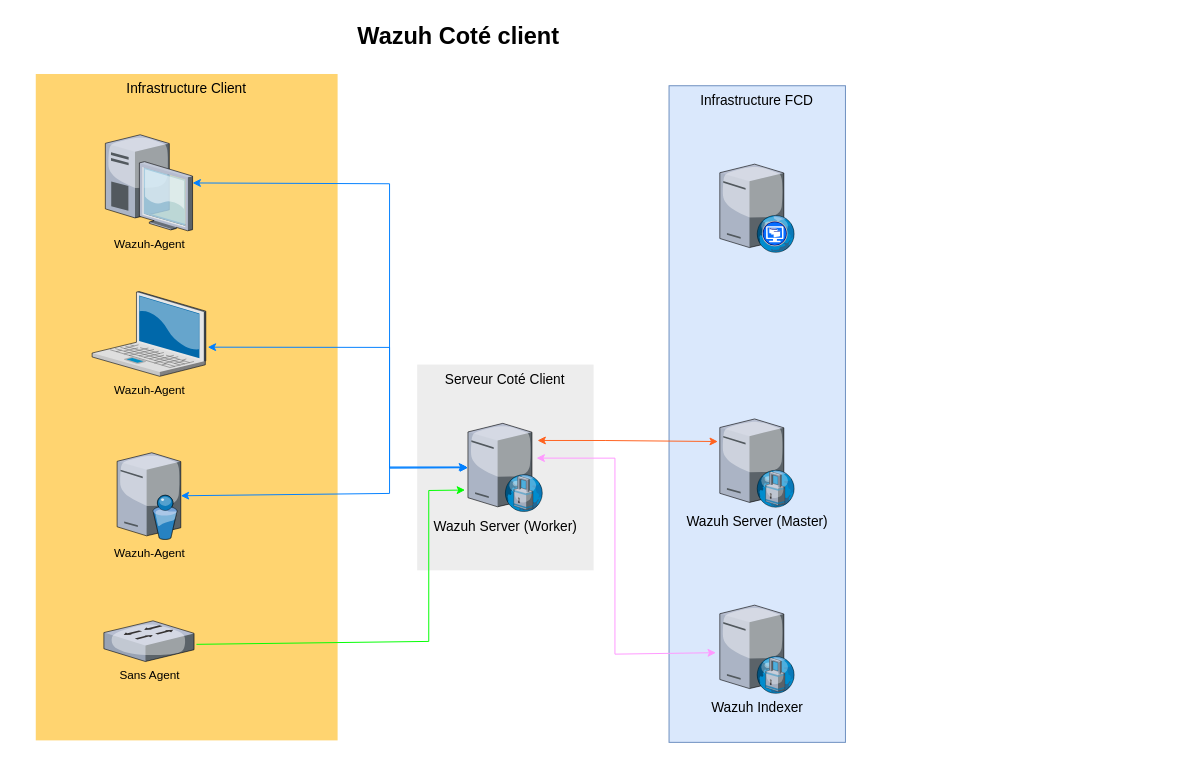
This is Wazuh coté client.drawio from Melfice60/Wazuh, a draw.io file, before an edit. Source tidied: cells renumbered, new cells numbered last; positions are measured from the earlier drawing's top-left corner, leaving out a move shared by most shapes. Both pictures are drawn from the tidied source at 98%, with x=0, y=0 at pixel (35, 17).
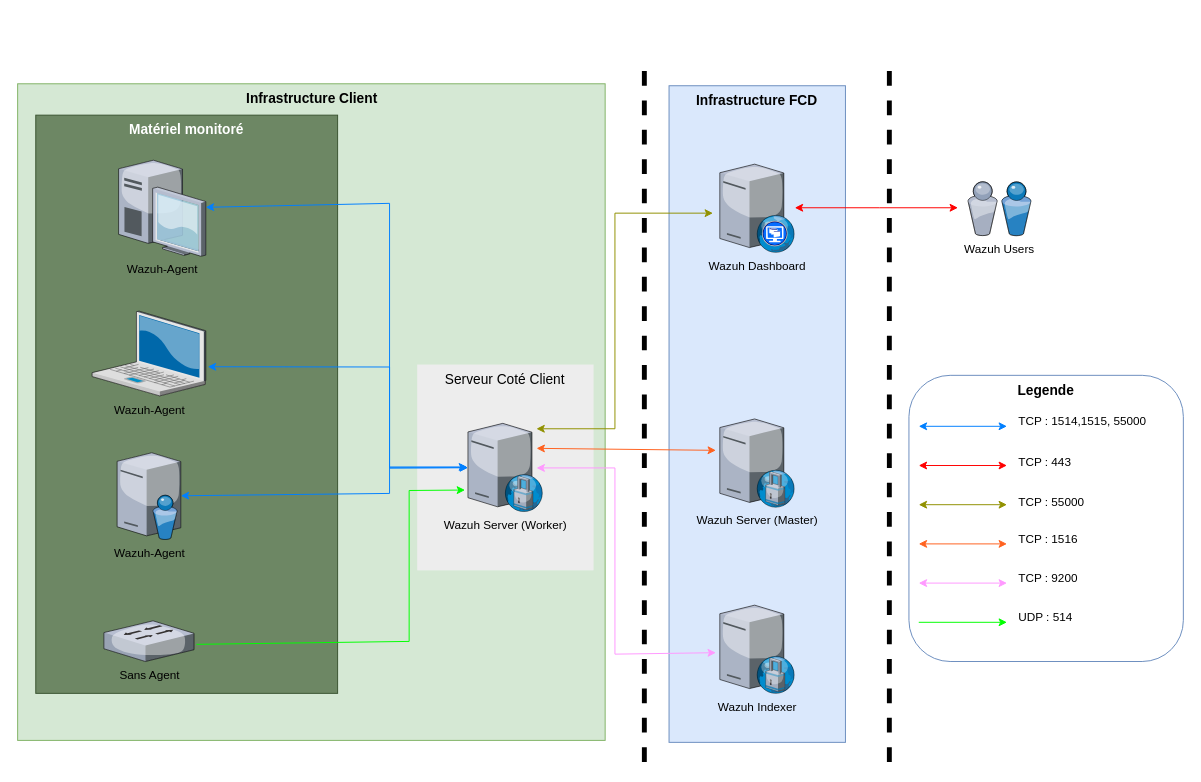
The same page after the edit.

Commit message (it also covers changes not shown here):
Mettre à jour Wazuh coté client.drawio

The change refers to these unchanged cells:
```xml
<mxCell id="3" value="&lt;div&gt;Serveur Coté Client&lt;/div&gt;" style="whiteSpace=wrap;html=1;fillColor=#EDEDED;fontSize=14;strokeColor=none;verticalAlign=top;" parent="1" vertex="1">
  <mxGeometry x="389.2" y="354.5" width="180" height="210" as="geometry" />
</mxCell>
<mxCell id="11" value="Sans Agent" style="verticalLabelPosition=bottom;html=1;verticalAlign=top;strokeColor=none;shape=mxgraph.citrix.switch;fillColor=#66B2FF;gradientColor=#0066CC;fontSize=12;" parent="1" vertex="1">
  <mxGeometry x="69.5" y="616" width="92" height="41.5" as="geometry" />
</mxCell>
```

Diff of the diagram source:
```diff
@@
+    <mxCell id="20" value="&lt;b&gt;Infrastructure Client&lt;/b&gt;" style="whiteSpace=wrap;html=1;fillColor=#d5e8d4;fontSize=14;strokeColor=#82b366;verticalAlign=top;" parent="1" vertex="1">
+      <mxGeometry x="-18.5" y="68" width="599.5" height="670" as="geometry" />
+    </mxCell>
-    <mxCell id="2" value="Infrastructure FCD" style="whiteSpace=wrap;html=1;fillColor=#dae8fc;fontSize=14;strokeColor=#6c8ebf;verticalAlign=top;" parent="1" vertex="1">
+    <mxCell id="2" value="Infrastructure FCD" style="whiteSpace=wrap;html=1;fillColor=#dae8fc;fontSize=14;strokeColor=#6c8ebf;verticalAlign=top;fontStyle=1;" parent="1" vertex="1">
       <mxGeometry x="646.2" y="70" width="180" height="670" as="geometry" />
     </mxCell>
@@
-    <mxCell id="4" value="&lt;div&gt;Infrastructure Client&lt;/div&gt;" style="whiteSpace=wrap;html=1;fillColor=#FFD470;gradientColor=none;fontSize=14;strokeColor=none;verticalAlign=top;" parent="1" vertex="1">
-      <mxGeometry y="58" width="308" height="680" as="geometry" />
+    <mxCell id="4" value="&lt;b&gt;Matériel monitoré&lt;/b&gt;" style="whiteSpace=wrap;html=1;fillColor=#6d8764;fontSize=14;strokeColor=#3A5431;verticalAlign=top;fontColor=#ffffff;" parent="1" vertex="1">
+      <mxGeometry y="100" width="308" height="590" as="geometry" />
     </mxCell>
     <mxCell id="5" value="&lt;div style=&quot;font-size: 12px;&quot;&gt;&lt;font style=&quot;font-size: 12px;&quot;&gt;Wazuh-Agent&lt;/font&gt;&lt;/div&gt;&lt;div style=&quot;font-size: 12px;&quot;&gt;&lt;font style=&quot;font-size: 12px;&quot;&gt;&lt;br&gt;&lt;/font&gt;&lt;/div&gt;" style="verticalLabelPosition=bottom;html=1;verticalAlign=top;strokeColor=none;shape=mxgraph.citrix.laptop_2;fillColor=#66B2FF;gradientColor=#0066CC;fontSize=14;" parent="1" vertex="1">
-      <mxGeometry x="57.5" y="280" width="116" height="86.5" as="geometry" />
+      <mxGeometry x="57.5" y="300" width="116" height="86.5" as="geometry" />
     </mxCell>
     <mxCell id="6" value="Wazuh-Agent" style="verticalLabelPosition=bottom;html=1;verticalAlign=top;strokeColor=none;shape=mxgraph.citrix.desktop;fillColor=#66B2FF;gradientColor=#0066CC;fontSize=12;" parent="1" vertex="1">
-      <mxGeometry x="71" y="120" width="89" height="98" as="geometry" />
+      <mxGeometry x="84.5" y="146" width="89" height="98" as="geometry" />
     </mxCell>
-    <mxCell id="7" value="Wazuh Coté client" style="text;strokeColor=none;fillColor=none;html=1;fontSize=24;fontStyle=1;verticalAlign=middle;align=center;" parent="1" vertex="1">
-      <mxGeometry width="861" height="40" as="geometry" />
-    </mxCell>
-    <mxCell id="8" value="&lt;div&gt;Wazuh Server (Worker)&lt;/div&gt;" style="verticalLabelPosition=bottom;html=1;verticalAlign=top;strokeColor=none;shape=mxgraph.citrix.proxy_server;fillColor=#66B2FF;gradientColor=#0066CC;fontSize=14;" parent="1" vertex="1">
+    <mxCell id="8" value="&lt;div style=&quot;font-size: 12px;&quot;&gt;Wazuh Server (Worker)&lt;/div&gt;" style="verticalLabelPosition=bottom;html=1;verticalAlign=top;strokeColor=none;shape=mxgraph.citrix.proxy_server;fillColor=#66B2FF;gradientColor=#0066CC;fontSize=12;" parent="1" vertex="1">
       <mxGeometry x="441" y="414.5" width="76.5" height="90" as="geometry" />
     </mxCell>
     <mxCell id="9" style="endArrow=classic;startArrow=classic;html=1;rounded=0;fontColor=#007FFF;strokeColor=#007FFF;" parent="1" edge="1" source="6" target="8">
       <mxGeometry relative="1" as="geometry">
         <Array as="points">
-          <mxPoint x="361" y="170" />
+          <mxPoint x="361" y="190" />
           <mxPoint x="361" y="460" />
         </Array>
       </mxGeometry>
     </mxCell>
     <mxCell id="10" style="endArrow=classic;startArrow=classic;html=1;rounded=0;exitX=1.017;exitY=0.656;exitDx=0;exitDy=0;exitPerimeter=0;fontColor=#007FFF;strokeColor=#007FFF;" parent="1" edge="1" source="5" target="8">
       <mxGeometry relative="1" as="geometry">
         <Array as="points">
-          <mxPoint x="361" y="337" />
+          <mxPoint x="361" y="357" />
           <mxPoint x="361" y="460" />
         </Array>
       </mxGeometry>
     </mxCell>
@@
     <mxCell id="14" style="endArrow=classic;html=1;rounded=0;exitX=1.027;exitY=0.578;exitDx=0;exitDy=0;exitPerimeter=0;entryX=-0.039;entryY=0.756;entryDx=0;entryDy=0;entryPerimeter=0;strokeColor=#00FF00;" parent="1" edge="1" source="11" target="8">
       <mxGeometry relative="1" as="geometry">
         <Array as="points">
-          <mxPoint x="401" y="637" />
-          <mxPoint x="401" y="483" />
+          <mxPoint x="381" y="637" />
+          <mxPoint x="381" y="483" />
         </Array>
       </mxGeometry>
     </mxCell>
-    <mxCell id="15" value="&lt;div&gt;Wazuh Server (Master)&lt;/div&gt;" style="verticalLabelPosition=bottom;html=1;verticalAlign=top;strokeColor=none;shape=mxgraph.citrix.proxy_server;fillColor=#66B2FF;gradientColor=#0066CC;fontSize=14;" parent="1" vertex="1">
+    <mxCell id="15" value="&lt;div style=&quot;font-size: 12px;&quot;&gt;Wazuh Server (Master)&lt;/div&gt;" style="verticalLabelPosition=bottom;html=1;verticalAlign=top;strokeColor=none;shape=mxgraph.citrix.proxy_server;fillColor=#66B2FF;gradientColor=#0066CC;fontSize=12;" parent="1" vertex="1">
       <mxGeometry x="698" y="410" width="76.5" height="90" as="geometry" />
     </mxCell>
-    <mxCell id="16" style="endArrow=classic;startArrow=classic;html=1;rounded=0;fillColor=#e1d5e7;strokeColor=#FF621F;entryX=-0.026;entryY=0.256;entryDx=0;entryDy=0;entryPerimeter=0;exitX=0.928;exitY=0.194;exitDx=0;exitDy=0;exitPerimeter=0;" parent="1" edge="1" source="8" target="15">
+    <mxCell id="16" style="endArrow=classic;startArrow=classic;html=1;rounded=0;fillColor=#e1d5e7;strokeColor=#FF621F;entryX=-0.052;entryY=0.356;entryDx=0;entryDy=0;entryPerimeter=0;" parent="1" edge="1" target="15">
       <mxGeometry relative="1" as="geometry">
-        <Array as="points">
-          <mxPoint x="581" y="432" />
-        </Array>
+        <mxPoint x="511" y="440" as="sourcePoint" />
       </mxGeometry>
     </mxCell>
-    <mxCell id="17" value="&lt;div&gt;Wazuh Indexer&lt;/div&gt;" style="verticalLabelPosition=bottom;html=1;verticalAlign=top;strokeColor=none;shape=mxgraph.citrix.proxy_server;fillColor=#66B2FF;gradientColor=#0066CC;fontSize=14;" parent="1" vertex="1">
+    <mxCell id="17" value="&lt;div style=&quot;font-size: 12px;&quot;&gt;Wazuh Indexer&lt;/div&gt;" style="verticalLabelPosition=bottom;html=1;verticalAlign=top;strokeColor=none;shape=mxgraph.citrix.proxy_server;fillColor=#66B2FF;gradientColor=#0066CC;fontSize=12;" parent="1" vertex="1">
       <mxGeometry x="698" y="600" width="76.5" height="90" as="geometry" />
     </mxCell>
-    <mxCell id="18" style="endArrow=classic;startArrow=classic;html=1;rounded=0;fillColor=#e1d5e7;strokeColor=#FF99FF;entryX=-0.052;entryY=0.539;entryDx=0;entryDy=0;entryPerimeter=0;exitX=0.915;exitY=0.394;exitDx=0;exitDy=0;exitPerimeter=0;" parent="1" edge="1" source="8" target="17">
+    <mxCell id="18" style="endArrow=classic;startArrow=classic;html=1;rounded=0;fillColor=#e1d5e7;strokeColor=#FF99FF;entryX=-0.052;entryY=0.539;entryDx=0;entryDy=0;entryPerimeter=0;" parent="1" edge="1" target="17">
       <mxGeometry relative="1" as="geometry">
+        <mxPoint x="511" y="460" as="sourcePoint" />
         <Array as="points">
-          <mxPoint x="591" y="450" />
+          <mxPoint x="591" y="460" />
           <mxPoint x="591" y="650" />
         </Array>
       </mxGeometry>
     </mxCell>
-    <mxCell id="19" style="verticalLabelPosition=bottom;sketch=0;html=1;verticalAlign=top;strokeColor=none;align=center;shape=mxgraph.citrix.desktop_web;" parent="1" vertex="1">
+    <mxCell id="19" value="Wazuh Dashboard" style="verticalLabelPosition=bottom;sketch=0;html=1;verticalAlign=top;strokeColor=none;align=center;shape=mxgraph.citrix.desktop_web;" parent="1" vertex="1">
       <mxGeometry x="698" y="150" width="76.5" height="90" as="geometry" />
     </mxCell>
+    <mxCell id="21" style="endArrow=classic;startArrow=classic;html=1;rounded=0;strokeColor=#FF0000;" parent="1" edge="1">
+      <mxGeometry relative="1" as="geometry">
+        <mxPoint x="941" y="194.5" as="sourcePoint" />
+        <mxPoint x="774.5" y="194.5" as="targetPoint" />
+        <Array as="points">
+          <mxPoint x="861" y="194.5" />
+        </Array>
+      </mxGeometry>
+    </mxCell>
+    <mxCell id="22" style="endArrow=classic;startArrow=classic;html=1;rounded=0;entryX=0.676;entryY=0.312;entryDx=0;entryDy=0;entryPerimeter=0;strokeColor=#919100;" parent="1" edge="1" target="3">
+      <mxGeometry relative="1" as="geometry">
+        <mxPoint x="691" y="200" as="sourcePoint" />
+        <Array as="points">
+          <mxPoint x="591" y="200" />
+          <mxPoint x="591" y="420" />
+        </Array>
+      </mxGeometry>
+    </mxCell>
+    <mxCell id="23" value="&lt;b&gt;Legende&lt;/b&gt;" style="whiteSpace=wrap;html=1;fillColor=none;fontSize=14;strokeColor=#6c8ebf;verticalAlign=top;rounded=1;" parent="1" vertex="1">
+      <mxGeometry x="891" y="365.5" width="280" height="292" as="geometry" />
+    </mxCell>
+    <mxCell id="24" style="endArrow=classic;startArrow=classic;html=1;rounded=0;fontColor=#007FFF;strokeColor=#007FFF;" parent="1" edge="1">
+      <mxGeometry relative="1" as="geometry">
+        <mxPoint x="901" y="417.5" as="sourcePoint" />
+        <mxPoint x="991" y="417.5" as="targetPoint" />
+      </mxGeometry>
+    </mxCell>
+    <mxCell id="25" style="endArrow=classic;startArrow=classic;html=1;rounded=0;fontColor=#007FFF;strokeColor=#FF0000;" parent="1" edge="1">
+      <mxGeometry relative="1" as="geometry">
+        <mxPoint x="901" y="457.5" as="sourcePoint" />
+        <mxPoint x="991" y="457.5" as="targetPoint" />
+      </mxGeometry>
+    </mxCell>
+    <mxCell id="26" style="endArrow=classic;startArrow=classic;html=1;rounded=0;fontColor=#007FFF;strokeColor=#919100;" parent="1" edge="1">
+      <mxGeometry relative="1" as="geometry">
+        <mxPoint x="901" y="497.5" as="sourcePoint" />
+        <mxPoint x="991" y="497.5" as="targetPoint" />
+      </mxGeometry>
+    </mxCell>
+    <mxCell id="27" style="endArrow=classic;startArrow=classic;html=1;rounded=0;fontColor=#007FFF;strokeColor=#FF621F;" parent="1" edge="1">
+      <mxGeometry relative="1" as="geometry">
+        <mxPoint x="901" y="537.5" as="sourcePoint" />
+        <mxPoint x="991" y="537.5" as="targetPoint" />
+      </mxGeometry>
+    </mxCell>
+    <mxCell id="28" style="endArrow=classic;startArrow=classic;html=1;rounded=0;fontColor=#007FFF;strokeColor=#FF99FF;" parent="1" edge="1">
+      <mxGeometry relative="1" as="geometry">
+        <mxPoint x="901" y="577.5" as="sourcePoint" />
+        <mxPoint x="991" y="577.5" as="targetPoint" />
+      </mxGeometry>
+    </mxCell>
+    <mxCell id="29" style="endArrow=classic;startArrow=none;html=1;rounded=0;fontColor=#007FFF;strokeColor=#00FF00;startFill=0;" parent="1" edge="1">
+      <mxGeometry relative="1" as="geometry">
+        <mxPoint x="901" y="617.5" as="sourcePoint" />
+        <mxPoint x="991" y="617.5" as="targetPoint" />
+      </mxGeometry>
+    </mxCell>
+    <mxCell id="30" value="TCP : 1514,1515, 55000" style="text;html=1;align=left;verticalAlign=middle;whiteSpace=wrap;rounded=0;" parent="1" vertex="1">
+      <mxGeometry x="1001" y="397.5" width="140" height="30" as="geometry" />
+    </mxCell>
+    <mxCell id="31" value="TCP : 443" style="text;html=1;align=left;verticalAlign=middle;whiteSpace=wrap;rounded=0;" parent="1" vertex="1">
+      <mxGeometry x="1001" y="440" width="140" height="30" as="geometry" />
+    </mxCell>
+    <mxCell id="32" value="TCP : 55000" style="text;html=1;align=left;verticalAlign=middle;whiteSpace=wrap;rounded=0;" parent="1" vertex="1">
+      <mxGeometry x="1001" y="480" width="140" height="30" as="geometry" />
+    </mxCell>
+    <mxCell id="33" value="TCP : 1516" style="text;html=1;align=left;verticalAlign=middle;whiteSpace=wrap;rounded=0;" parent="1" vertex="1">
+      <mxGeometry x="1001" y="517.5" width="140" height="30" as="geometry" />
+    </mxCell>
+    <mxCell id="34" value="TCP : 9200" style="text;html=1;align=left;verticalAlign=middle;whiteSpace=wrap;rounded=0;" parent="1" vertex="1">
+      <mxGeometry x="1001" y="557.5" width="140" height="30" as="geometry" />
+    </mxCell>
+    <mxCell id="35" value="UDP : 514" style="text;html=1;align=left;verticalAlign=middle;whiteSpace=wrap;rounded=0;" parent="1" vertex="1">
+      <mxGeometry x="1001" y="597.5" width="140" height="30" as="geometry" />
+    </mxCell>
+    <mxCell id="36" style="endArrow=none;dashed=1;html=1;rounded=0;strokeWidth=5;" parent="1" edge="1">
+      <mxGeometry relative="1" as="geometry">
+        <mxPoint x="621" y="760" as="sourcePoint" />
+        <mxPoint x="621" y="50" as="targetPoint" />
+      </mxGeometry>
+    </mxCell>
+    <mxCell id="37" style="endArrow=none;dashed=1;html=1;rounded=0;strokeWidth=5;" parent="1" edge="1">
+      <mxGeometry relative="1" as="geometry">
+        <mxPoint x="871" y="760" as="sourcePoint" />
+        <mxPoint x="871" y="50" as="targetPoint" />
+      </mxGeometry>
+    </mxCell>
+    <mxCell id="38" value="Wazuh Users" style="verticalLabelPosition=bottom;sketch=0;html=1;verticalAlign=top;strokeColor=none;align=center;shape=mxgraph.citrix.users;" parent="1" vertex="1">
+      <mxGeometry x="951" y="168" width="64.5" height="55" as="geometry" />
+    </mxCell>
```
